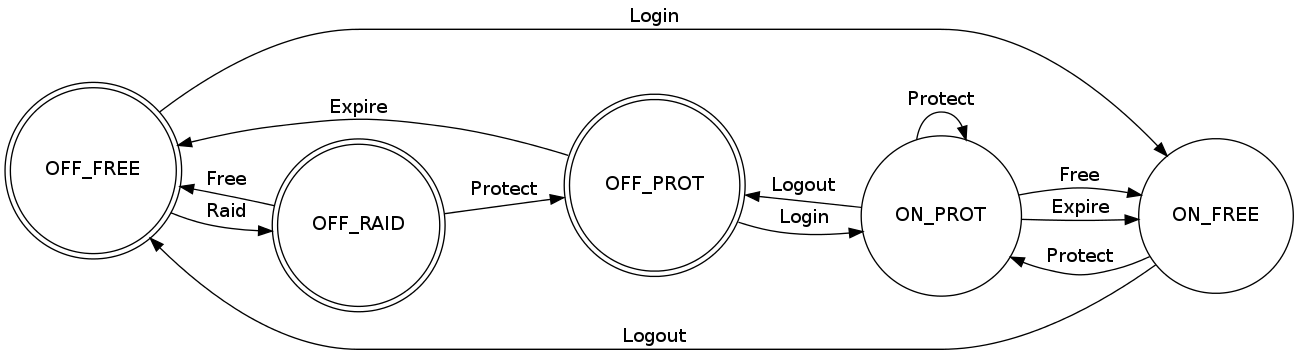
xtaci/gonet keeps this Graphviz diagram as doc/fsm.png. Above is the earlier version. Its source is kept beside it as doc/fsm.dot.
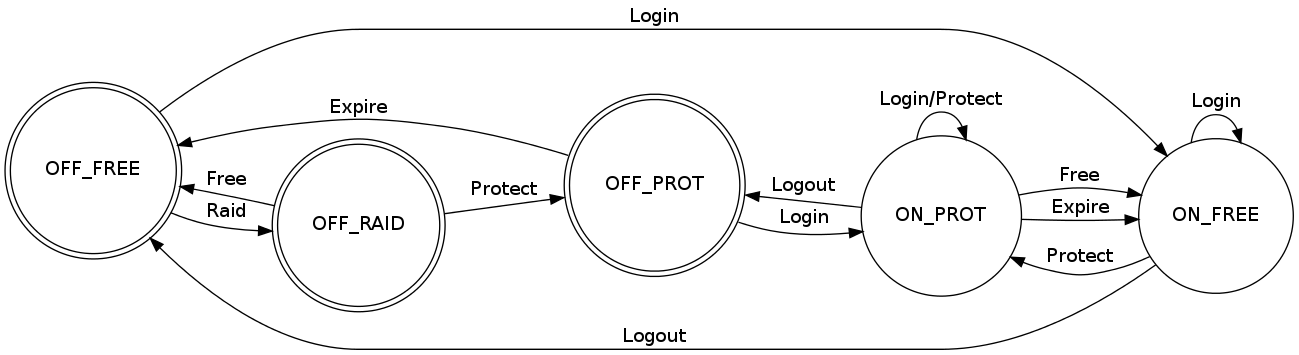
The same diagram one commit later.

Change to the diagram source:
```diff
@@ -13,5 +13,6 @@
 	ON_PROT->OFF_PROT [label="Logout"];
 	ON_PROT->ON_FREE [label="Free"];
 	ON_PROT->ON_FREE [label="Expire"];
-	ON_PROT->ON_PROT [label="Protect"];
+	ON_PROT->ON_PROT [label="Login/Protect"];
+	ON_FREE->ON_FREE [label="Login"];
 }
```
